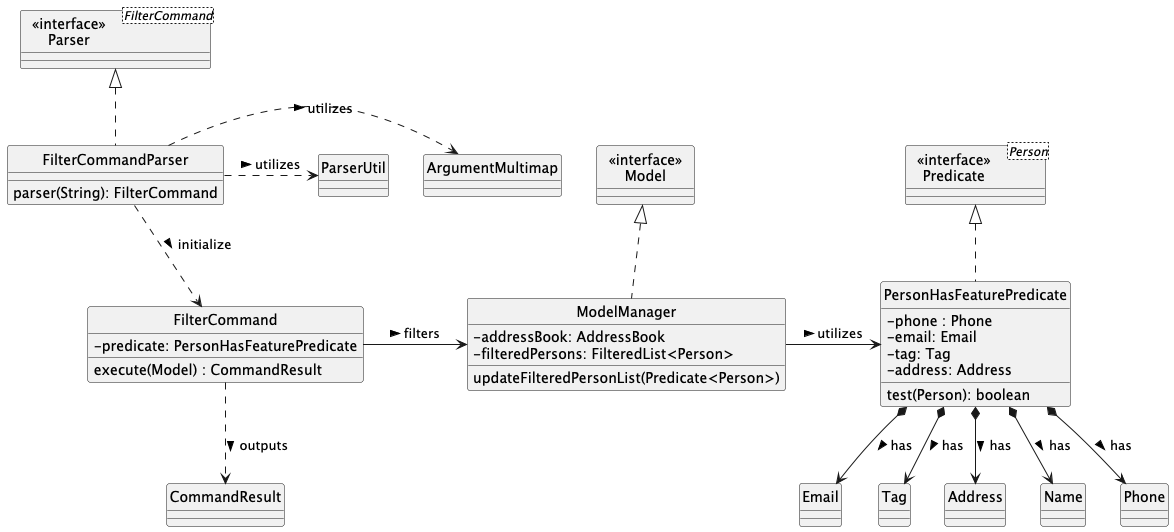
nus-cs2103-AY2425S1/tp keeps this PlantUML diagram as docs/images/FilterClassDiagram.png. Above is the earlier version. Its diagram source:
```plantuml
@startuml
hide circle
skinparam classAttributeIconSize 0

Class "  <<interface>>  \nParser" as Parser<FilterCommand>
Class FilterCommandParser {
    parser(String): FilterCommand
}

Class FilterCommand {
  -predicate: PersonHasFeaturePredicate
  execute(Model) : CommandResult
}
Class CommandResult

Class ArgumentMultimap
Class ParserUtil

Class "  <<interface>>  \nPredicate" as Predicate<Person>

Class PersonHasFeaturePredicate {
  -phone : Phone
  -email: Email
  -tag: Tag
  -address: Address
  test(Person): boolean
}

Class "  <<interface>>  \nModel" as Model

Class ModelManager {
  -addressBook: AddressBook
  -filteredPersons: FilteredList<Person>
  updateFilteredPersonList(Predicate<Person>)
}

Class Phone
Class Email
Class Tag
Class Address

FilterCommandParser .up.|> Parser

FilterCommandParser .down.> FilterCommand: initialize >
FilterCommandParser .right.> ArgumentMultimap: utilizes >
FilterCommandParser .right.> ParserUtil: utilizes >

FilterCommand .down.> CommandResult: outputs >
FilterCommand -right-> ModelManager: filters >

ModelManager .up.|> Model
ModelManager -right-> PersonHasFeaturePredicate: utilizes >


PersonHasFeaturePredicate .up.|> Predicate
PersonHasFeaturePredicate *-down-> Name: has >
PersonHasFeaturePredicate *-down-> Phone: has >
PersonHasFeaturePredicate *-down-> Email: has >
PersonHasFeaturePredicate *-down-> Tag: has >
PersonHasFeaturePredicate *-down-> Address: has >
@enduml
```
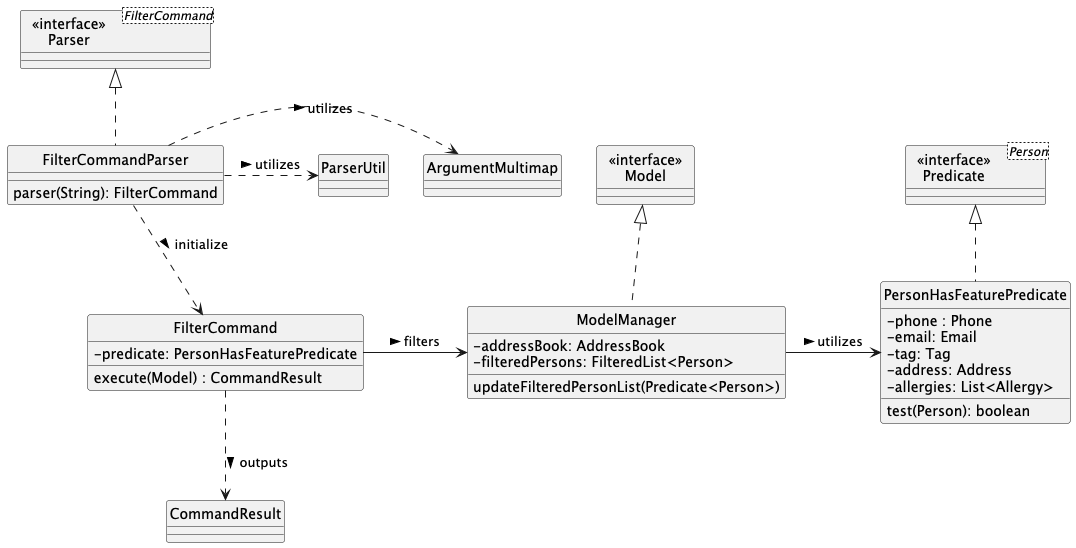
The same diagram one commit later.

What changed in the source:
```diff
@@ -23,6 +23,7 @@
   -email: Email
   -tag: Tag
   -address: Address
+  -allergies: List<Allergy>
   test(Person): boolean
 }
 
@@ -33,11 +34,6 @@
   -filteredPersons: FilteredList<Person>
   updateFilteredPersonList(Predicate<Person>)
 }
-
-Class Phone
-Class Email
-Class Tag
-Class Address
 
 FilterCommandParser .up.|> Parser
 
@@ -53,9 +49,4 @@
 
 
 PersonHasFeaturePredicate .up.|> Predicate
-PersonHasFeaturePredicate *-down-> Name: has >
-PersonHasFeaturePredicate *-down-> Phone: has >
-PersonHasFeaturePredicate *-down-> Email: has >
-PersonHasFeaturePredicate *-down-> Tag: has >
-PersonHasFeaturePredicate *-down-> Address: has >
 @enduml
```
